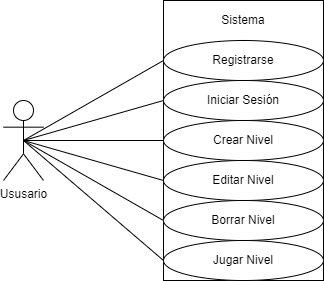
RacoonByte01/level-maker keeps this draw.io diagram as doc/imgs/Diagrama de uso.png. Above is the earlier version. Source tidied: cells renumbered, new cells last; positions are measured from the earlier drawing's top-left corner, leaving out a move shared by most shapes.
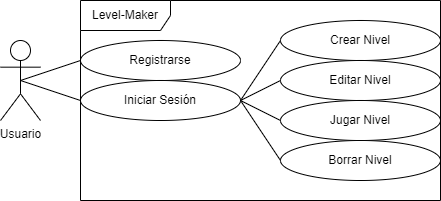
After the commit.

What changed in the source:
```diff
@@ -2,32 +2,26 @@
   <root>
     <mxCell id="0" />
     <mxCell id="1" parent="0" />
-    <mxCell id="2" style="rounded=0;whiteSpace=wrap;html=1;" parent="1" vertex="1">
-      <mxGeometry x="160" width="160" height="280" as="geometry" />
-    </mxCell>
     <mxCell id="3" value="Registrarse" style="ellipse;whiteSpace=wrap;html=1;" parent="1" vertex="1">
-      <mxGeometry x="160" y="40" width="160" height="40" as="geometry" />
+      <mxGeometry x="40" y="440" width="160" height="40" as="geometry" />
     </mxCell>
     <mxCell id="4" value="Iniciar Sesión" style="ellipse;whiteSpace=wrap;html=1;" parent="1" vertex="1">
-      <mxGeometry x="160" y="80" width="160" height="40" as="geometry" />
+      <mxGeometry x="40" y="480" width="160" height="40" as="geometry" />
     </mxCell>
     <mxCell id="5" value="Crear Nivel" style="ellipse;whiteSpace=wrap;html=1;" parent="1" vertex="1">
-      <mxGeometry x="160" y="120" width="160" height="40" as="geometry" />
+      <mxGeometry x="240" y="420" width="160" height="40" as="geometry" />
     </mxCell>
     <mxCell id="6" value="Editar Nivel" style="ellipse;whiteSpace=wrap;html=1;" parent="1" vertex="1">
-      <mxGeometry x="160" y="160" width="160" height="40" as="geometry" />
+      <mxGeometry x="240" y="460" width="160" height="40" as="geometry" />
     </mxCell>
     <mxCell id="7" value="Borrar Nivel" style="ellipse;whiteSpace=wrap;html=1;" parent="1" vertex="1">
-      <mxGeometry x="160" y="200" width="160" height="40" as="geometry" />
+      <mxGeometry x="240" y="540" width="160" height="40" as="geometry" />
     </mxCell>
     <mxCell id="8" value="Jugar Nivel" style="ellipse;whiteSpace=wrap;html=1;" parent="1" vertex="1">
-      <mxGeometry x="160" y="240" width="160" height="40" as="geometry" />
+      <mxGeometry x="240" y="500" width="160" height="40" as="geometry" />
     </mxCell>
-    <mxCell id="9" value="Sistema" style="text;html=1;strokeColor=none;fillColor=none;align=center;verticalAlign=middle;whiteSpace=wrap;rounded=0;" parent="1" vertex="1">
-      <mxGeometry x="160" width="160" height="40" as="geometry" />
-    </mxCell>
-    <mxCell id="10" value="Ususario" style="shape=umlActor;verticalLabelPosition=bottom;verticalAlign=top;html=1;outlineConnect=0;" parent="1" vertex="1">
-      <mxGeometry y="100" width="40" height="80" as="geometry" />
+    <mxCell id="10" value="Usuario" style="shape=umlActor;verticalLabelPosition=bottom;verticalAlign=top;html=1;outlineConnect=0;" parent="1" vertex="1">
+      <mxGeometry x="-40" y="440" width="40" height="80" as="geometry" />
     </mxCell>
     <mxCell id="11" style="endArrow=none;html=1;entryX=0;entryY=0.5;entryDx=0;entryDy=0;exitX=0.5;exitY=0.5;exitDx=0;exitDy=0;exitPerimeter=0;" parent="1" edge="1" source="10" target="3">
       <mxGeometry relative="1" as="geometry" />
@@ -35,17 +29,20 @@
     <mxCell id="12" style="endArrow=none;html=1;exitX=0.5;exitY=0.5;exitDx=0;exitDy=0;exitPerimeter=0;entryX=0;entryY=0.5;entryDx=0;entryDy=0;" parent="1" edge="1" source="10" target="4">
       <mxGeometry relative="1" as="geometry" />
     </mxCell>
-    <mxCell id="13" style="endArrow=none;html=1;exitX=0.5;exitY=0.5;exitDx=0;exitDy=0;exitPerimeter=0;entryX=0;entryY=0.5;entryDx=0;entryDy=0;" parent="1" edge="1" source="10" target="5">
+    <mxCell id="13" style="endArrow=none;html=1;entryX=0;entryY=0.5;entryDx=0;entryDy=0;exitX=1;exitY=0.5;exitDx=0;exitDy=0;" parent="1" edge="1" source="4" target="5">
       <mxGeometry relative="1" as="geometry" />
     </mxCell>
-    <mxCell id="14" style="endArrow=none;html=1;exitX=0.5;exitY=0.5;exitDx=0;exitDy=0;exitPerimeter=0;entryX=0;entryY=0.5;entryDx=0;entryDy=0;" parent="1" edge="1" source="10" target="6">
+    <mxCell id="14" style="endArrow=none;html=1;entryX=0;entryY=0.5;entryDx=0;entryDy=0;exitX=1;exitY=0.5;exitDx=0;exitDy=0;" parent="1" edge="1" source="4" target="6">
       <mxGeometry relative="1" as="geometry" />
     </mxCell>
-    <mxCell id="15" style="endArrow=none;html=1;exitX=0.5;exitY=0.5;exitDx=0;exitDy=0;exitPerimeter=0;entryX=0;entryY=0.5;entryDx=0;entryDy=0;" parent="1" edge="1" source="10" target="7">
+    <mxCell id="15" style="endArrow=none;html=1;entryX=0;entryY=0.5;entryDx=0;entryDy=0;exitX=1;exitY=0.5;exitDx=0;exitDy=0;" parent="1" edge="1" source="4" target="7">
       <mxGeometry relative="1" as="geometry" />
     </mxCell>
-    <mxCell id="16" style="endArrow=none;html=1;exitX=0.5;exitY=0.5;exitDx=0;exitDy=0;exitPerimeter=0;entryX=0;entryY=0.5;entryDx=0;entryDy=0;" parent="1" edge="1" source="10" target="8">
+    <mxCell id="16" style="endArrow=none;html=1;exitX=1;exitY=0.5;exitDx=0;exitDy=0;entryX=0;entryY=0.5;entryDx=0;entryDy=0;" parent="1" edge="1" source="4" target="8">
       <mxGeometry relative="1" as="geometry" />
     </mxCell>
+    <mxCell id="17" value="Level-Maker" style="shape=umlFrame;whiteSpace=wrap;html=1;width=90;height=30;" parent="1" vertex="1">
+      <mxGeometry x="40" y="400" width="360" height="200" as="geometry" />
+    </mxCell>
   </root>
 </mxGraphModel>
```
